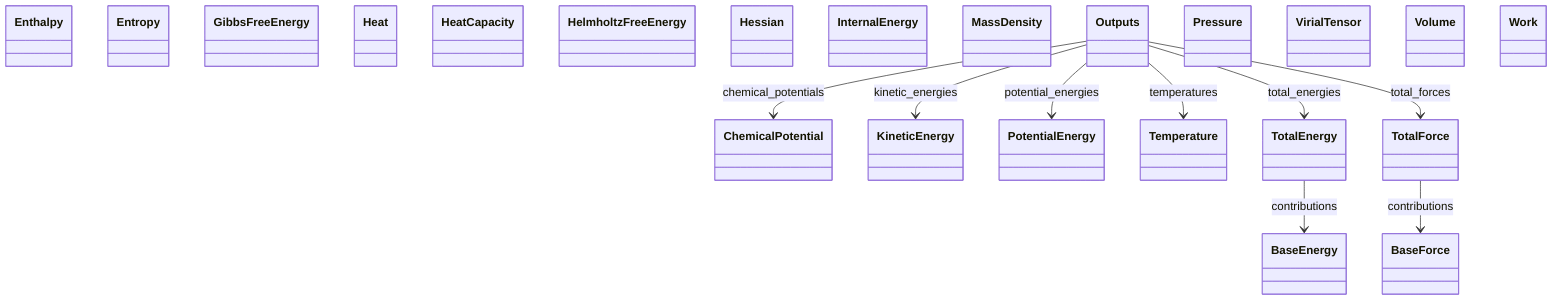
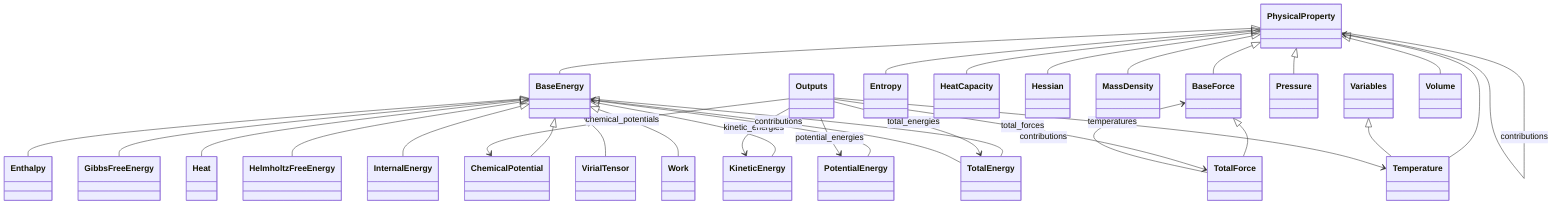
classDiagram
    class BaseEnergy
    class BaseForce
    class ChemicalPotential
    class Enthalpy
    class Entropy
    class GibbsFreeEnergy
    class Heat
    class HeatCapacity
    class HelmholtzFreeEnergy
    class Hessian
    class InternalEnergy
    class KineticEnergy
    class MassDensity
    class Outputs
+     class PhysicalProperty
    class PotentialEnergy
    class Pressure
    class Temperature
    class TotalEnergy
    class TotalForce
+     class Variables
    class VirialTensor
    class Volume
    class Work
+     PhysicalProperty <|-- BaseEnergy
+     PhysicalProperty <|-- BaseForce
+     BaseEnergy <|-- ChemicalPotential
+     BaseEnergy <|-- Enthalpy
+     PhysicalProperty <|-- Entropy
+     BaseEnergy <|-- GibbsFreeEnergy
+     BaseEnergy <|-- Heat
+     PhysicalProperty <|-- HeatCapacity
+     BaseEnergy <|-- HelmholtzFreeEnergy
+     PhysicalProperty <|-- Hessian
+     BaseEnergy <|-- InternalEnergy
+     BaseEnergy <|-- KineticEnergy
+     PhysicalProperty <|-- MassDensity
+     BaseEnergy <|-- PotentialEnergy
+     PhysicalProperty <|-- Pressure
+     PhysicalProperty <|-- Temperature
+     Variables <|-- Temperature
+     BaseEnergy <|-- TotalEnergy
+     BaseForce <|-- TotalForce
+     BaseEnergy <|-- VirialTensor
+     PhysicalProperty <|-- Volume
+     BaseEnergy <|-- Work
    Outputs --> ChemicalPotential : chemical_potentials
    Outputs --> KineticEnergy : kinetic_energies
    Outputs --> PotentialEnergy : potential_energies
    Outputs --> Temperature : temperatures
    Outputs --> TotalEnergy : total_energies
    Outputs --> TotalForce : total_forces
+     PhysicalProperty --> PhysicalProperty : contributions
    TotalEnergy --> BaseEnergy : contributions
    TotalForce --> BaseForce : contributions
